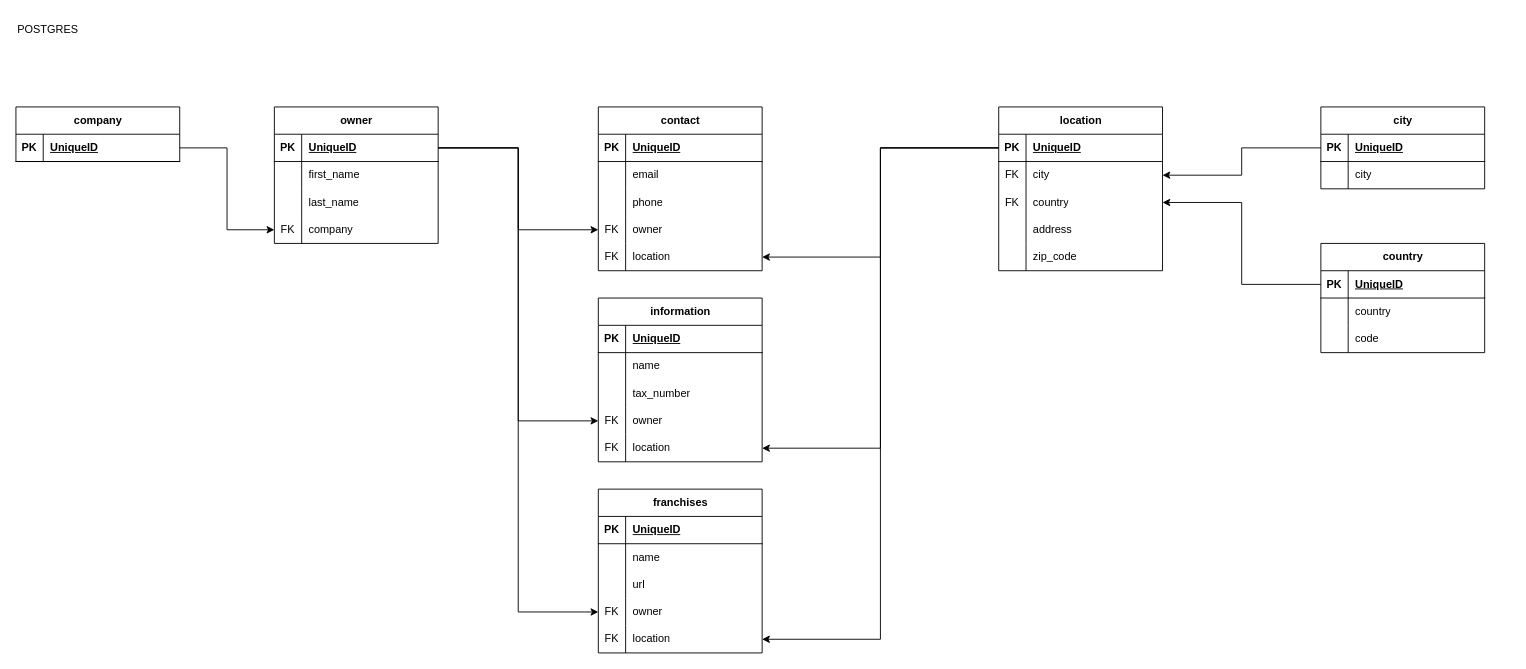
daniel-mateus-dev/thecnical-test-clubhub keeps this draw.io diagram as docs/DATABASE.drawio. Above is the earlier version. Source tidied: cells renumbered, new cells numbered last; positions are measured from the earlier drawing's top-left corner, leaving out a move shared by most shapes. Both pictures are drawn from the tidied source at 91%, with x=0, y=0 at pixel (15, 15).
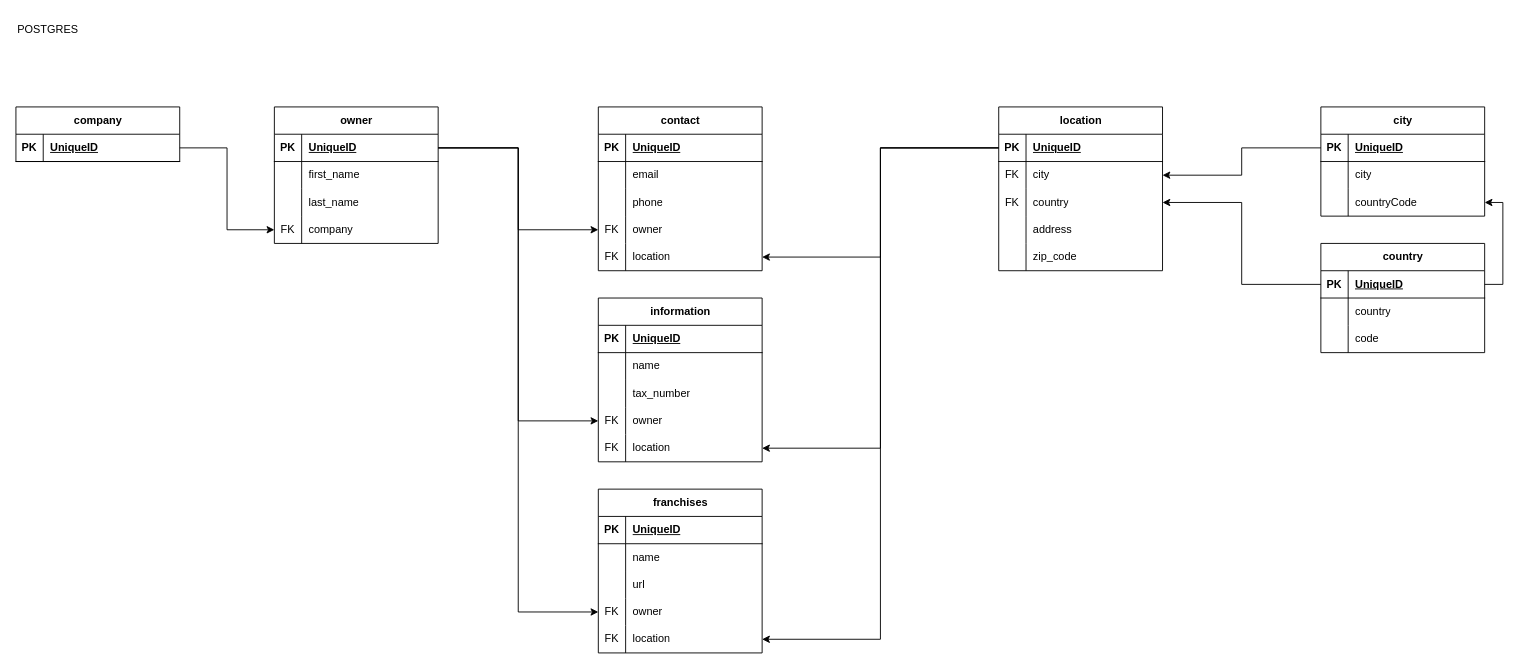
After the change.

The change refers to these unchanged cells:
```xml
<mxCell id="99" style="shape=tableRow;horizontal=0;startSize=0;swimlaneHead=0;swimlaneBody=0;fillColor=none;points=[[0,0.5],[1,0.5]];portConstraint=eastwest;top=0;left=0;right=0;bottom=1;" parent="98" vertex="1">
  <mxGeometry y="30" width="180" height="30" as="geometry" />
</mxCell>
```

Diff of the diagram source:
```diff
@@
     <mxCell id="91" value="city" style="shape=table;startSize=30;childLayout=tableLayout;rowLines=0;fontStyle=1;align=center;html=1;" parent="1" vertex="1">
-      <mxGeometry x="1434" y="100" width="180" height="90" as="geometry" />
+      <mxGeometry x="1434" y="100" width="180" height="120" as="geometry" />
     </mxCell>
@@
+    <mxCell id="110" style="shape=tableRow;horizontal=0;startSize=0;swimlaneHead=0;swimlaneBody=0;fillColor=none;points=[[0,0.5],[1,0.5]];portConstraint=eastwest;top=0;left=0;right=0;bottom=0;" parent="91" vertex="1">
+      <mxGeometry y="90" width="180" height="30" as="geometry" />
+    </mxCell>
+    <mxCell id="111" style="shape=partialRectangle;fillColor=none;top=0;left=0;bottom=0;right=0;overflow=hidden;whiteSpace=wrap;html=1;" parent="110" vertex="1">
+      <mxGeometry width="30" height="30" as="geometry" />
+    </mxCell>
+    <mxCell id="112" value="countryCode" style="shape=partialRectangle;fillColor=none;top=0;left=0;bottom=0;right=0;align=left;spacingLeft=6;overflow=hidden;whiteSpace=wrap;html=1;" parent="110" vertex="1">
+      <mxGeometry x="30" width="150" height="30" as="geometry" />
+    </mxCell>
@@
+    <mxCell id="113" style="edgeStyle=orthogonalEdgeStyle;rounded=0;jettySize=auto;html=1;entryX=1;entryY=0.5;entryDx=0;entryDy=0;" parent="1" edge="1" source="99" target="110">
+      <mxGeometry relative="1" as="geometry">
+        <Array as="points">
+          <mxPoint x="1634" y="295" />
+          <mxPoint x="1634" y="205" />
+        </Array>
+      </mxGeometry>
+    </mxCell>
```
